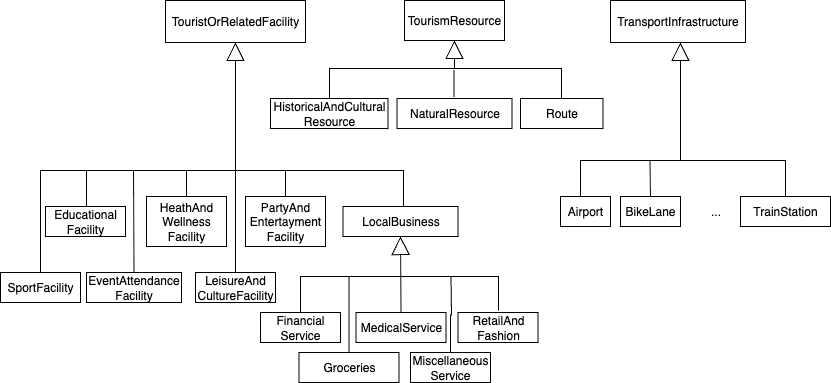
Above: segittur/images/fig6-TourismResource.png in ocorcho/tests-widoco (draw.io), before the change. Source tidied: cells renumbered, new cells last; positions are measured from the earlier drawing's top-left corner, leaving out a move shared by most shapes. Source of this version:
```xml
<mxGraphModel>
  <root>
    <mxCell id="0" />
    <mxCell id="1" parent="0" />
    <mxCell id="2" value="TourismResource" style="rounded=0;whiteSpace=wrap;html=1;snapToPoint=1;points=[[0.1,0],[0.2,0],[0.3,0],[0.4,0],[0.5,0],[0.6,0],[0.7,0],[0.8,0],[0.9,0],[0,0.1],[0,0.3],[0,0.5],[0,0.7],[0,0.9],[0.1,1],[0.2,1],[0.3,1],[0.4,1],[0.5,1],[0.6,1],[0.7,1],[0.8,1],[0.9,1],[1,0.1],[1,0.3],[1,0.5],[1,0.7],[1,0.9]];" parent="1" vertex="1">
      <mxGeometry x="404" width="100" height="40" as="geometry" />
    </mxCell>
    <mxCell id="3" style="edgeStyle=orthogonalEdgeStyle;rounded=0;jettySize=auto;html=1;exitX=0.5;exitY=0;exitDx=0;exitDy=0;endArrow=none;endFill=0;" parent="1" edge="1" source="38">
      <mxGeometry relative="1" as="geometry">
        <mxPoint x="450" y="68" as="targetPoint" />
        <Array as="points">
          <mxPoint x="574" y="98" />
          <mxPoint x="574" y="100" />
          <mxPoint x="561" y="100" />
          <mxPoint x="561" y="68" />
        </Array>
      </mxGeometry>
    </mxCell>
    <mxCell id="4" value="LocalBusiness" style="rounded=0;whiteSpace=wrap;html=1;snapToPoint=1;points=[[0.1,0],[0.2,0],[0.3,0],[0.4,0],[0.5,0],[0.6,0],[0.7,0],[0.8,0],[0.9,0],[0,0.1],[0,0.3],[0,0.5],[0,0.7],[0,0.9],[0.1,1],[0.2,1],[0.3,1],[0.4,1],[0.5,1],[0.6,1],[0.7,1],[0.8,1],[0.9,1],[1,0.1],[1,0.3],[1,0.5],[1,0.7],[1,0.9]];align=center;" parent="1" vertex="1">
      <mxGeometry x="342.5" y="206" width="115" height="30" as="geometry" />
    </mxCell>
    <mxCell id="5" value="TouristOrRelatedFacility" style="rounded=0;whiteSpace=wrap;html=1;snapToPoint=1;points=[[0.1,0],[0.2,0],[0.3,0],[0.4,0],[0.5,0],[0.6,0],[0.7,0],[0.8,0],[0.9,0],[0,0.1],[0,0.3],[0,0.5],[0,0.7],[0,0.9],[0.1,1],[0.2,1],[0.3,1],[0.4,1],[0.5,1],[0.6,1],[0.7,1],[0.8,1],[0.9,1],[1,0.1],[1,0.3],[1,0.5],[1,0.7],[1,0.9]];align=center;" parent="1" vertex="1">
      <mxGeometry x="165" width="140" height="42" as="geometry" />
    </mxCell>
    <mxCell id="6" style="endArrow=block;endSize=16;endFill=0;html=1;rounded=0;entryX=0.5;entryY=1;entryDx=0;entryDy=0;exitDx=0;exitDy=0;" parent="1" edge="1" source="7" target="2">
      <mxGeometry relative="1" as="geometry">
        <Array as="points">
          <mxPoint x="329" y="68" />
          <mxPoint x="454" y="68" />
        </Array>
      </mxGeometry>
    </mxCell>
    <mxCell id="7" value="HistoricalAndCultural&lt;div&gt;Resource&lt;/div&gt;" style="rounded=0;whiteSpace=wrap;html=1;snapToPoint=1;points=[[0.1,0],[0.2,0],[0.3,0],[0.4,0],[0.5,0],[0.6,0],[0.7,0],[0.8,0],[0.9,0],[0,0.1],[0,0.3],[0,0.5],[0,0.7],[0,0.9],[0.1,1],[0.2,1],[0.3,1],[0.4,1],[0.5,1],[0.6,1],[0.7,1],[0.8,1],[0.9,1],[1,0.1],[1,0.3],[1,0.5],[1,0.7],[1,0.9]];align=center;" parent="1" vertex="1">
      <mxGeometry x="270" y="98" width="117.5" height="30" as="geometry" />
    </mxCell>
    <mxCell id="8" style="edgeStyle=orthogonalEdgeStyle;rounded=0;jettySize=auto;html=1;exitX=0.5;exitY=0;exitDx=0;exitDy=0;endArrow=none;endFill=0;" parent="1" edge="1" source="9">
      <mxGeometry relative="1" as="geometry">
        <mxPoint x="285" y="170" as="targetPoint" />
      </mxGeometry>
    </mxCell>
    <mxCell id="9" value="PartyAnd&lt;div&gt;Entertayment&lt;div&gt;Facility&lt;/div&gt;&lt;/div&gt;" style="rounded=0;whiteSpace=wrap;html=1;snapToPoint=1;points=[[0.1,0],[0.2,0],[0.3,0],[0.4,0],[0.5,0],[0.6,0],[0.7,0],[0.8,0],[0.9,0],[0,0.1],[0,0.3],[0,0.5],[0,0.7],[0,0.9],[0.1,1],[0.2,1],[0.3,1],[0.4,1],[0.5,1],[0.6,1],[0.7,1],[0.8,1],[0.9,1],[1,0.1],[1,0.3],[1,0.5],[1,0.7],[1,0.9]];" parent="1" vertex="1">
      <mxGeometry x="245" y="196" width="80" height="50" as="geometry" />
    </mxCell>
    <mxCell id="10" style="edgeStyle=orthogonalEdgeStyle;rounded=0;jettySize=auto;html=1;exitX=0.5;exitY=0;exitDx=0;exitDy=0;endArrow=none;endFill=0;" parent="1" edge="1" source="11">
      <mxGeometry relative="1" as="geometry">
        <mxPoint x="235" y="170" as="targetPoint" />
      </mxGeometry>
    </mxCell>
    <mxCell id="11" value="LeisureAnd&lt;div&gt;CultureFacility&lt;/div&gt;" style="rounded=0;whiteSpace=wrap;html=1;snapToPoint=1;points=[[0.1,0],[0.2,0],[0.3,0],[0.4,0],[0.5,0],[0.6,0],[0.7,0],[0.8,0],[0.9,0],[0,0.1],[0,0.3],[0,0.5],[0,0.7],[0,0.9],[0.1,1],[0.2,1],[0.3,1],[0.4,1],[0.5,1],[0.6,1],[0.7,1],[0.8,1],[0.9,1],[1,0.1],[1,0.3],[1,0.5],[1,0.7],[1,0.9]];" parent="1" vertex="1">
      <mxGeometry x="195" y="272" width="80" height="30" as="geometry" />
    </mxCell>
    <mxCell id="12" value="HeathAnd&lt;div&gt;Wellness&lt;/div&gt;&lt;div&gt;Facility&lt;/div&gt;" style="rounded=0;whiteSpace=wrap;html=1;snapToPoint=1;points=[[0.1,0],[0.2,0],[0.3,0],[0.4,0],[0.5,0],[0.6,0],[0.7,0],[0.8,0],[0.9,0],[0,0.1],[0,0.3],[0,0.5],[0,0.7],[0,0.9],[0.1,1],[0.2,1],[0.3,1],[0.4,1],[0.5,1],[0.6,1],[0.7,1],[0.8,1],[0.9,1],[1,0.1],[1,0.3],[1,0.5],[1,0.7],[1,0.9]];" parent="1" vertex="1">
      <mxGeometry x="146" y="196" width="80" height="50" as="geometry" />
    </mxCell>
    <mxCell id="13" style="edgeStyle=orthogonalEdgeStyle;rounded=0;jettySize=auto;html=1;exitX=0.5;exitY=0;exitDx=0;exitDy=0;endArrow=none;endFill=0;" parent="1" edge="1" source="14">
      <mxGeometry relative="1" as="geometry">
        <mxPoint x="133" y="170" as="targetPoint" />
      </mxGeometry>
    </mxCell>
    <mxCell id="14" value="EventAttendance&lt;div&gt;Facility&lt;/div&gt;" style="rounded=0;whiteSpace=wrap;html=1;snapToPoint=1;points=[[0.1,0],[0.2,0],[0.3,0],[0.4,0],[0.5,0],[0.6,0],[0.7,0],[0.8,0],[0.9,0],[0,0.1],[0,0.3],[0,0.5],[0,0.7],[0,0.9],[0.1,1],[0.2,1],[0.3,1],[0.4,1],[0.5,1],[0.6,1],[0.7,1],[0.8,1],[0.9,1],[1,0.1],[1,0.3],[1,0.5],[1,0.7],[1,0.9]];" parent="1" vertex="1">
      <mxGeometry x="86" y="272" width="95" height="30" as="geometry" />
    </mxCell>
    <mxCell id="15" style="edgeStyle=orthogonalEdgeStyle;rounded=0;orthogonalLoop=1;jettySize=auto;html=1;exitX=0.5;exitY=0;exitDx=0;exitDy=0;entryX=0.6;entryY=0;entryDx=0;entryDy=0;endArrow=none;endFill=0;" parent="1" edge="1">
      <mxGeometry relative="1" as="geometry">
        <mxPoint x="86" y="206" as="sourcePoint" />
        <mxPoint x="403" y="206" as="targetPoint" />
        <Array as="points">
          <mxPoint x="86" y="170" />
          <mxPoint x="403" y="170" />
        </Array>
      </mxGeometry>
    </mxCell>
    <mxCell id="16" value="Educational&lt;div&gt;Facility&lt;/div&gt;" style="rounded=0;whiteSpace=wrap;html=1;" parent="1" vertex="1">
      <mxGeometry x="45" y="206" width="80" height="30" as="geometry" />
    </mxCell>
    <mxCell id="17" style="edgeStyle=orthogonalEdgeStyle;rounded=0;orthogonalLoop=1;jettySize=auto;html=1;exitX=0.5;exitY=0;exitDx=0;exitDy=0;endArrow=none;endFill=0;" parent="1" edge="1">
      <mxGeometry relative="1" as="geometry">
        <mxPoint x="40" y="272" as="sourcePoint" />
        <mxPoint x="90" y="170" as="targetPoint" />
        <Array as="points">
          <mxPoint x="40" y="221" />
          <mxPoint x="40" y="221" />
        </Array>
      </mxGeometry>
    </mxCell>
    <mxCell id="18" value="SportFacility" style="rounded=0;whiteSpace=wrap;html=1;" parent="1" vertex="1">
      <mxGeometry y="272" width="80" height="30" as="geometry" />
    </mxCell>
    <mxCell id="19" value="TransportInfrastructure" style="rounded=0;whiteSpace=wrap;html=1;" parent="1" vertex="1">
      <mxGeometry x="610" width="135" height="42" as="geometry" />
    </mxCell>
    <mxCell id="20" style="endArrow=block;endSize=16;endFill=0;html=1;rounded=0;entryX=0.5;entryY=1;entryDx=0;entryDy=0;exitDx=0;exitDy=0;exitX=0.5;exitY=0;" parent="1" edge="1" source="12" target="5">
      <mxGeometry relative="1" as="geometry">
        <Array as="points">
          <mxPoint x="186" y="170" />
          <mxPoint x="235" y="170" />
        </Array>
      </mxGeometry>
    </mxCell>
    <mxCell id="21" value="MedicalService" style="rounded=0;whiteSpace=wrap;html=1;snapToPoint=1;points=[[0.1,0],[0.2,0],[0.3,0],[0.4,0],[0.5,0],[0.6,0],[0.7,0],[0.8,0],[0.9,0],[0,0.1],[0,0.3],[0,0.5],[0,0.7],[0,0.9],[0.1,1],[0.2,1],[0.3,1],[0.4,1],[0.5,1],[0.6,1],[0.7,1],[0.8,1],[0.9,1],[1,0.1],[1,0.3],[1,0.5],[1,0.7],[1,0.9]];" parent="1" vertex="1">
      <mxGeometry x="355.5" y="312" width="90" height="30" as="geometry" />
    </mxCell>
    <mxCell id="22" style="edgeStyle=orthogonalEdgeStyle;rounded=0;jettySize=auto;html=1;exitX=0.5;exitY=0;exitDx=0;exitDy=0;endArrow=none;endFill=0;" parent="1" edge="1" source="23">
      <mxGeometry relative="1" as="geometry">
        <mxPoint x="348.5" y="276" as="targetPoint" />
      </mxGeometry>
    </mxCell>
    <mxCell id="23" value="Groceries" style="rounded=0;whiteSpace=wrap;html=1;snapToPoint=1;points=[[0.1,0],[0.2,0],[0.3,0],[0.4,0],[0.5,0],[0.6,0],[0.7,0],[0.8,0],[0.9,0],[0,0.1],[0,0.3],[0,0.5],[0,0.7],[0,0.9],[0.1,1],[0.2,1],[0.3,1],[0.4,1],[0.5,1],[0.6,1],[0.7,1],[0.8,1],[0.9,1],[1,0.1],[1,0.3],[1,0.5],[1,0.7],[1,0.9]];" parent="1" vertex="1">
      <mxGeometry x="298.5" y="352" width="100" height="30" as="geometry" />
    </mxCell>
    <mxCell id="24" value="Financial&lt;br&gt;Service" style="rounded=0;whiteSpace=wrap;html=1;snapToPoint=1;points=[[0.1,0],[0.2,0],[0.3,0],[0.4,0],[0.5,0],[0.6,0],[0.7,0],[0.8,0],[0.9,0],[0,0.1],[0,0.3],[0,0.5],[0,0.7],[0,0.9],[0.1,1],[0.2,1],[0.3,1],[0.4,1],[0.5,1],[0.6,1],[0.7,1],[0.8,1],[0.9,1],[1,0.1],[1,0.3],[1,0.5],[1,0.7],[1,0.9]];" parent="1" vertex="1">
      <mxGeometry x="260" y="312" width="80" height="30" as="geometry" />
    </mxCell>
    <mxCell id="25" style="edgeStyle=orthogonalEdgeStyle;rounded=0;jettySize=auto;html=1;exitX=0.5;exitY=0;exitDx=0;exitDy=0;endArrow=none;endFill=0;" parent="1" edge="1" source="26">
      <mxGeometry relative="1" as="geometry">
        <mxPoint x="450.5" y="276" as="targetPoint" />
      </mxGeometry>
    </mxCell>
    <mxCell id="26" value="Miscellaneous&lt;div&gt;Service&lt;/div&gt;" style="rounded=0;whiteSpace=wrap;html=1;snapToPoint=1;points=[[0.1,0],[0.2,0],[0.3,0],[0.4,0],[0.5,0],[0.6,0],[0.7,0],[0.8,0],[0.9,0],[0,0.1],[0,0.3],[0,0.5],[0,0.7],[0,0.9],[0.1,1],[0.2,1],[0.3,1],[0.4,1],[0.5,1],[0.6,1],[0.7,1],[0.8,1],[0.9,1],[1,0.1],[1,0.3],[1,0.5],[1,0.7],[1,0.9]];" parent="1" vertex="1">
      <mxGeometry x="410" y="352" width="80" height="30" as="geometry" />
    </mxCell>
    <mxCell id="27" value="RetailAnd&lt;br&gt;Fashion" style="rounded=0;whiteSpace=wrap;html=1;" parent="1" vertex="1">
      <mxGeometry x="457.5" y="312" width="80" height="30" as="geometry" />
    </mxCell>
    <mxCell id="28" style="endArrow=block;endSize=16;endFill=0;html=1;rounded=0;entryX=0.5;entryY=1;entryDx=0;entryDy=0;exitDx=0;exitDy=0;exitX=0.5;exitY=0;" parent="1" edge="1" source="21" target="4">
      <mxGeometry relative="1" as="geometry" />
    </mxCell>
    <mxCell id="29" style="endArrow=none;html=1;rounded=0;exitX=0.5;exitY=0;exitDx=0;exitDy=0;" parent="1" edge="1" source="24">
      <mxGeometry relative="1" as="geometry">
        <mxPoint x="498" y="310" as="targetPoint" />
        <Array as="points">
          <mxPoint x="300" y="276" />
          <mxPoint x="498" y="276" />
        </Array>
      </mxGeometry>
    </mxCell>
    <mxCell id="30" value="NaturalResource" style="rounded=0;whiteSpace=wrap;html=1;align=center;" parent="1" vertex="1">
      <mxGeometry x="396.5" y="98" width="115" height="30" as="geometry" />
    </mxCell>
    <mxCell id="31" value="&lt;div&gt;Airport&lt;/div&gt;" style="rounded=0;whiteSpace=wrap;html=1;snapToPoint=1;points=[[0.1,0],[0.2,0],[0.3,0],[0.4,0],[0.5,0],[0.6,0],[0.7,0],[0.8,0],[0.9,0],[0,0.1],[0,0.3],[0,0.5],[0,0.7],[0,0.9],[0.1,1],[0.2,1],[0.3,1],[0.4,1],[0.5,1],[0.6,1],[0.7,1],[0.8,1],[0.9,1],[1,0.1],[1,0.3],[1,0.5],[1,0.7],[1,0.9]];" parent="1" vertex="1">
      <mxGeometry x="560" y="196" width="50" height="30" as="geometry" />
    </mxCell>
    <mxCell id="32" value="&lt;div&gt;BikeLane&lt;/div&gt;" style="rounded=0;whiteSpace=wrap;html=1;snapToPoint=1;points=[[0.1,0],[0.2,0],[0.3,0],[0.4,0],[0.5,0],[0.6,0],[0.7,0],[0.8,0],[0.9,0],[0,0.1],[0,0.3],[0,0.5],[0,0.7],[0,0.9],[0.1,1],[0.2,1],[0.3,1],[0.4,1],[0.5,1],[0.6,1],[0.7,1],[0.8,1],[0.9,1],[1,0.1],[1,0.3],[1,0.5],[1,0.7],[1,0.9]];" parent="1" vertex="1">
      <mxGeometry x="620" y="196" width="60" height="30" as="geometry" />
    </mxCell>
    <mxCell id="33" value="&lt;div&gt;TrainStation&lt;/div&gt;" style="rounded=0;whiteSpace=wrap;html=1;snapToPoint=1;points=[[0.1,0],[0.2,0],[0.3,0],[0.4,0],[0.5,0],[0.6,0],[0.7,0],[0.8,0],[0.9,0],[0,0.1],[0,0.3],[0,0.5],[0,0.7],[0,0.9],[0.1,1],[0.2,1],[0.3,1],[0.4,1],[0.5,1],[0.6,1],[0.7,1],[0.8,1],[0.9,1],[1,0.1],[1,0.3],[1,0.5],[1,0.7],[1,0.9]];" parent="1" vertex="1">
      <mxGeometry x="740" y="196" width="90" height="30" as="geometry" />
    </mxCell>
    <mxCell id="34" value="..." style="text;html=1;align=center;verticalAlign=middle;strokeColor=none;fillColor=none;" parent="1" vertex="1">
      <mxGeometry x="700" y="196" width="30" height="30" as="geometry" />
    </mxCell>
    <mxCell id="35" style="edgeStyle=orthogonalEdgeStyle;rounded=0;jettySize=auto;html=1;exitX=0.5;exitY=0;exitDx=0;exitDy=0;entryX=0.5;entryY=0;entryDx=0;entryDy=0;endArrow=none;endFill=0;" parent="1" edge="1" source="31" target="33">
      <mxGeometry relative="1" as="geometry">
        <Array as="points">
          <mxPoint x="580" y="196" />
          <mxPoint x="580" y="160" />
          <mxPoint x="785" y="160" />
        </Array>
      </mxGeometry>
    </mxCell>
    <mxCell id="36" style="edgeStyle=orthogonalEdgeStyle;rounded=0;jettySize=auto;html=1;exitX=0.5;exitY=0;exitDx=0;exitDy=0;endArrow=none;endFill=0;" parent="1" edge="1" source="32">
      <mxGeometry relative="1" as="geometry">
        <mxPoint x="649.5" y="160" as="targetPoint" />
      </mxGeometry>
    </mxCell>
    <mxCell id="37" style="endArrow=block;endSize=16;endFill=0;html=1;rounded=0;entryX=0.5;entryY=1;entryDx=0;entryDy=0;" parent="1" edge="1">
      <mxGeometry relative="1" as="geometry">
        <mxPoint x="680" y="160" as="sourcePoint" />
        <mxPoint x="680" y="42" as="targetPoint" />
        <Array as="points">
          <mxPoint x="680" y="140" />
          <mxPoint x="680" y="120" />
        </Array>
      </mxGeometry>
    </mxCell>
    <mxCell id="38" value="Route" style="rounded=0;whiteSpace=wrap;html=1;snapToPoint=1;points=[[0.1,0],[0.2,0],[0.3,0],[0.4,0],[0.5,0],[0.6,0],[0.7,0],[0.8,0],[0.9,0],[0,0.1],[0,0.3],[0,0.5],[0,0.7],[0,0.9],[0.1,1],[0.2,1],[0.3,1],[0.4,1],[0.5,1],[0.6,1],[0.7,1],[0.8,1],[0.9,1],[1,0.1],[1,0.3],[1,0.5],[1,0.7],[1,0.9]];align=center;" parent="1" vertex="1">
      <mxGeometry x="520" y="98" width="82.5" height="30" as="geometry" />
    </mxCell>
    <mxCell id="39" style="edgeStyle=orthogonalEdgeStyle;rounded=0;orthogonalLoop=1;jettySize=auto;html=1;exitX=0.5;exitY=0;exitDx=0;exitDy=0;endArrow=none;endFill=0;" parent="1" edge="1">
      <mxGeometry relative="1" as="geometry">
        <mxPoint x="453.5" y="96" as="sourcePoint" />
        <mxPoint x="453.5" y="70" as="targetPoint" />
      </mxGeometry>
    </mxCell>
  </root>
</mxGraphModel>
```
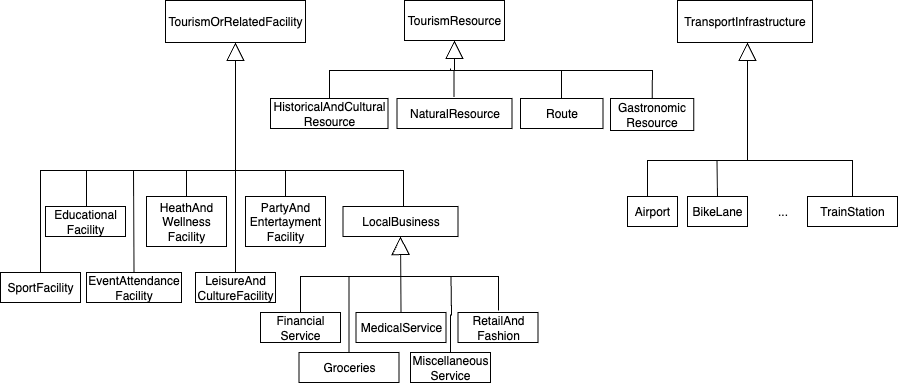
After the change.

What changed in the source:
```diff
@@ -12,21 +12,23 @@
           <mxPoint x="574" y="98" />
           <mxPoint x="574" y="100" />
           <mxPoint x="561" y="100" />
-          <mxPoint x="561" y="68" />
+          <mxPoint x="561" y="70" />
+          <mxPoint x="450" y="70" />
         </Array>
       </mxGeometry>
     </mxCell>
     <mxCell id="4" value="LocalBusiness" style="rounded=0;whiteSpace=wrap;html=1;snapToPoint=1;points=[[0.1,0],[0.2,0],[0.3,0],[0.4,0],[0.5,0],[0.6,0],[0.7,0],[0.8,0],[0.9,0],[0,0.1],[0,0.3],[0,0.5],[0,0.7],[0,0.9],[0.1,1],[0.2,1],[0.3,1],[0.4,1],[0.5,1],[0.6,1],[0.7,1],[0.8,1],[0.9,1],[1,0.1],[1,0.3],[1,0.5],[1,0.7],[1,0.9]];align=center;" parent="1" vertex="1">
       <mxGeometry x="342.5" y="206" width="115" height="30" as="geometry" />
     </mxCell>
-    <mxCell id="5" value="TouristOrRelatedFacility" style="rounded=0;whiteSpace=wrap;html=1;snapToPoint=1;points=[[0.1,0],[0.2,0],[0.3,0],[0.4,0],[0.5,0],[0.6,0],[0.7,0],[0.8,0],[0.9,0],[0,0.1],[0,0.3],[0,0.5],[0,0.7],[0,0.9],[0.1,1],[0.2,1],[0.3,1],[0.4,1],[0.5,1],[0.6,1],[0.7,1],[0.8,1],[0.9,1],[1,0.1],[1,0.3],[1,0.5],[1,0.7],[1,0.9]];align=center;" parent="1" vertex="1">
+    <mxCell id="5" value="TourismOrRelatedFacility" style="rounded=0;whiteSpace=wrap;html=1;snapToPoint=1;points=[[0.1,0],[0.2,0],[0.3,0],[0.4,0],[0.5,0],[0.6,0],[0.7,0],[0.8,0],[0.9,0],[0,0.1],[0,0.3],[0,0.5],[0,0.7],[0,0.9],[0.1,1],[0.2,1],[0.3,1],[0.4,1],[0.5,1],[0.6,1],[0.7,1],[0.8,1],[0.9,1],[1,0.1],[1,0.3],[1,0.5],[1,0.7],[1,0.9]];align=center;" parent="1" vertex="1">
       <mxGeometry x="165" width="140" height="42" as="geometry" />
     </mxCell>
     <mxCell id="6" style="endArrow=block;endSize=16;endFill=0;html=1;rounded=0;entryX=0.5;entryY=1;entryDx=0;entryDy=0;exitDx=0;exitDy=0;" parent="1" edge="1" source="7" target="2">
       <mxGeometry relative="1" as="geometry">
         <Array as="points">
-          <mxPoint x="329" y="68" />
-          <mxPoint x="454" y="68" />
+          <mxPoint x="329" y="70" />
+          <mxPoint x="390" y="70" />
+          <mxPoint x="454" y="70" />
         </Array>
       </mxGeometry>
     </mxCell>
@@ -87,7 +89,7 @@
       <mxGeometry y="272" width="80" height="30" as="geometry" />
     </mxCell>
     <mxCell id="19" value="TransportInfrastructure" style="rounded=0;whiteSpace=wrap;html=1;" parent="1" vertex="1">
-      <mxGeometry x="610" width="135" height="42" as="geometry" />
+      <mxGeometry x="677" width="135" height="42" as="geometry" />
     </mxCell>
     <mxCell id="20" style="endArrow=block;endSize=16;endFill=0;html=1;rounded=0;entryX=0.5;entryY=1;entryDx=0;entryDy=0;exitDx=0;exitDy=0;exitX=0.5;exitY=0;" parent="1" edge="1" source="12" target="5">
       <mxGeometry relative="1" as="geometry">
@@ -138,38 +140,38 @@
       <mxGeometry x="396.5" y="98" width="115" height="30" as="geometry" />
     </mxCell>
     <mxCell id="31" value="&lt;div&gt;Airport&lt;/div&gt;" style="rounded=0;whiteSpace=wrap;html=1;snapToPoint=1;points=[[0.1,0],[0.2,0],[0.3,0],[0.4,0],[0.5,0],[0.6,0],[0.7,0],[0.8,0],[0.9,0],[0,0.1],[0,0.3],[0,0.5],[0,0.7],[0,0.9],[0.1,1],[0.2,1],[0.3,1],[0.4,1],[0.5,1],[0.6,1],[0.7,1],[0.8,1],[0.9,1],[1,0.1],[1,0.3],[1,0.5],[1,0.7],[1,0.9]];" parent="1" vertex="1">
-      <mxGeometry x="560" y="196" width="50" height="30" as="geometry" />
+      <mxGeometry x="627" y="196" width="50" height="30" as="geometry" />
     </mxCell>
     <mxCell id="32" value="&lt;div&gt;BikeLane&lt;/div&gt;" style="rounded=0;whiteSpace=wrap;html=1;snapToPoint=1;points=[[0.1,0],[0.2,0],[0.3,0],[0.4,0],[0.5,0],[0.6,0],[0.7,0],[0.8,0],[0.9,0],[0,0.1],[0,0.3],[0,0.5],[0,0.7],[0,0.9],[0.1,1],[0.2,1],[0.3,1],[0.4,1],[0.5,1],[0.6,1],[0.7,1],[0.8,1],[0.9,1],[1,0.1],[1,0.3],[1,0.5],[1,0.7],[1,0.9]];" parent="1" vertex="1">
-      <mxGeometry x="620" y="196" width="60" height="30" as="geometry" />
+      <mxGeometry x="687" y="196" width="60" height="30" as="geometry" />
     </mxCell>
     <mxCell id="33" value="&lt;div&gt;TrainStation&lt;/div&gt;" style="rounded=0;whiteSpace=wrap;html=1;snapToPoint=1;points=[[0.1,0],[0.2,0],[0.3,0],[0.4,0],[0.5,0],[0.6,0],[0.7,0],[0.8,0],[0.9,0],[0,0.1],[0,0.3],[0,0.5],[0,0.7],[0,0.9],[0.1,1],[0.2,1],[0.3,1],[0.4,1],[0.5,1],[0.6,1],[0.7,1],[0.8,1],[0.9,1],[1,0.1],[1,0.3],[1,0.5],[1,0.7],[1,0.9]];" parent="1" vertex="1">
-      <mxGeometry x="740" y="196" width="90" height="30" as="geometry" />
+      <mxGeometry x="807" y="196" width="90" height="30" as="geometry" />
     </mxCell>
     <mxCell id="34" value="..." style="text;html=1;align=center;verticalAlign=middle;strokeColor=none;fillColor=none;" parent="1" vertex="1">
-      <mxGeometry x="700" y="196" width="30" height="30" as="geometry" />
+      <mxGeometry x="767" y="196" width="30" height="30" as="geometry" />
     </mxCell>
     <mxCell id="35" style="edgeStyle=orthogonalEdgeStyle;rounded=0;jettySize=auto;html=1;exitX=0.5;exitY=0;exitDx=0;exitDy=0;entryX=0.5;entryY=0;entryDx=0;entryDy=0;endArrow=none;endFill=0;" parent="1" edge="1" source="31" target="33">
       <mxGeometry relative="1" as="geometry">
         <Array as="points">
-          <mxPoint x="580" y="196" />
-          <mxPoint x="580" y="160" />
-          <mxPoint x="785" y="160" />
+          <mxPoint x="647" y="196" />
+          <mxPoint x="647" y="160" />
+          <mxPoint x="852" y="160" />
         </Array>
       </mxGeometry>
     </mxCell>
     <mxCell id="36" style="edgeStyle=orthogonalEdgeStyle;rounded=0;jettySize=auto;html=1;exitX=0.5;exitY=0;exitDx=0;exitDy=0;endArrow=none;endFill=0;" parent="1" edge="1" source="32">
       <mxGeometry relative="1" as="geometry">
-        <mxPoint x="649.5" y="160" as="targetPoint" />
+        <mxPoint x="716.5" y="160" as="targetPoint" />
       </mxGeometry>
     </mxCell>
     <mxCell id="37" style="endArrow=block;endSize=16;endFill=0;html=1;rounded=0;entryX=0.5;entryY=1;entryDx=0;entryDy=0;" parent="1" edge="1">
       <mxGeometry relative="1" as="geometry">
-        <mxPoint x="680" y="160" as="sourcePoint" />
-        <mxPoint x="680" y="42" as="targetPoint" />
+        <mxPoint x="747" y="160" as="sourcePoint" />
+        <mxPoint x="747" y="42" as="targetPoint" />
         <Array as="points">
-          <mxPoint x="680" y="140" />
-          <mxPoint x="680" y="120" />
+          <mxPoint x="747" y="140" />
+          <mxPoint x="747" y="120" />
         </Array>
       </mxGeometry>
     </mxCell>
@@ -182,5 +184,17 @@
         <mxPoint x="453.5" y="70" as="targetPoint" />
       </mxGeometry>
     </mxCell>
+    <mxCell id="40" value="Gastronomic&lt;br&gt;Resource" style="rounded=0;whiteSpace=wrap;html=1;snapToPoint=1;points=[[0.1,0],[0.2,0],[0.3,0],[0.4,0],[0.5,0],[0.6,0],[0.7,0],[0.8,0],[0.9,0],[0,0.1],[0,0.3],[0,0.5],[0,0.7],[0,0.9],[0.1,1],[0.2,1],[0.3,1],[0.4,1],[0.5,1],[0.6,1],[0.7,1],[0.8,1],[0.9,1],[1,0.1],[1,0.3],[1,0.5],[1,0.7],[1,0.9]];align=center;" parent="1" vertex="1">
+      <mxGeometry x="610" y="98" width="83.2" height="32" as="geometry" />
+    </mxCell>
+    <mxCell id="41" style="endArrow=block;endSize=16;endFill=0;html=1;rounded=0;entryX=0.5;entryY=1;entryDx=0;entryDy=0;exitDx=0;exitDy=0;exitX=0.5;exitY=0;" parent="1" edge="1" source="40" target="2">
+      <mxGeometry relative="1" as="geometry">
+        <Array as="points">
+          <mxPoint x="652" y="70" />
+          <mxPoint x="550" y="70" />
+          <mxPoint x="454" y="70" />
+        </Array>
+      </mxGeometry>
+    </mxCell>
   </root>
 </mxGraphModel>
```
